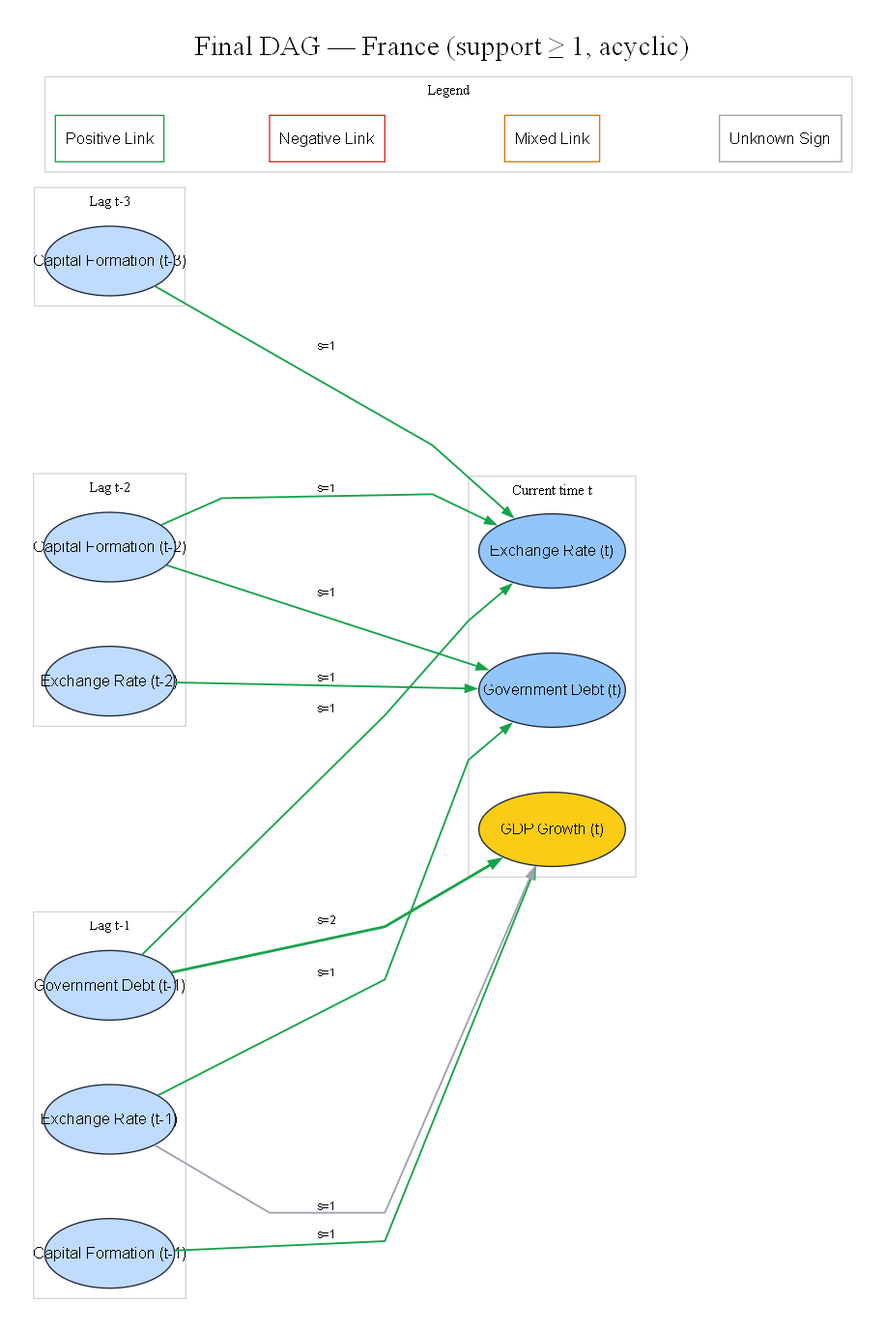
Earlier version of the Graphviz export reports/figures/phase3E_dag/France/dag_final_France.png (biabakuya/causal-ml-macroeconomic-analysis). Its source is kept beside it as reports/figures/phase3E_dag/France/dag_final_France.dot.
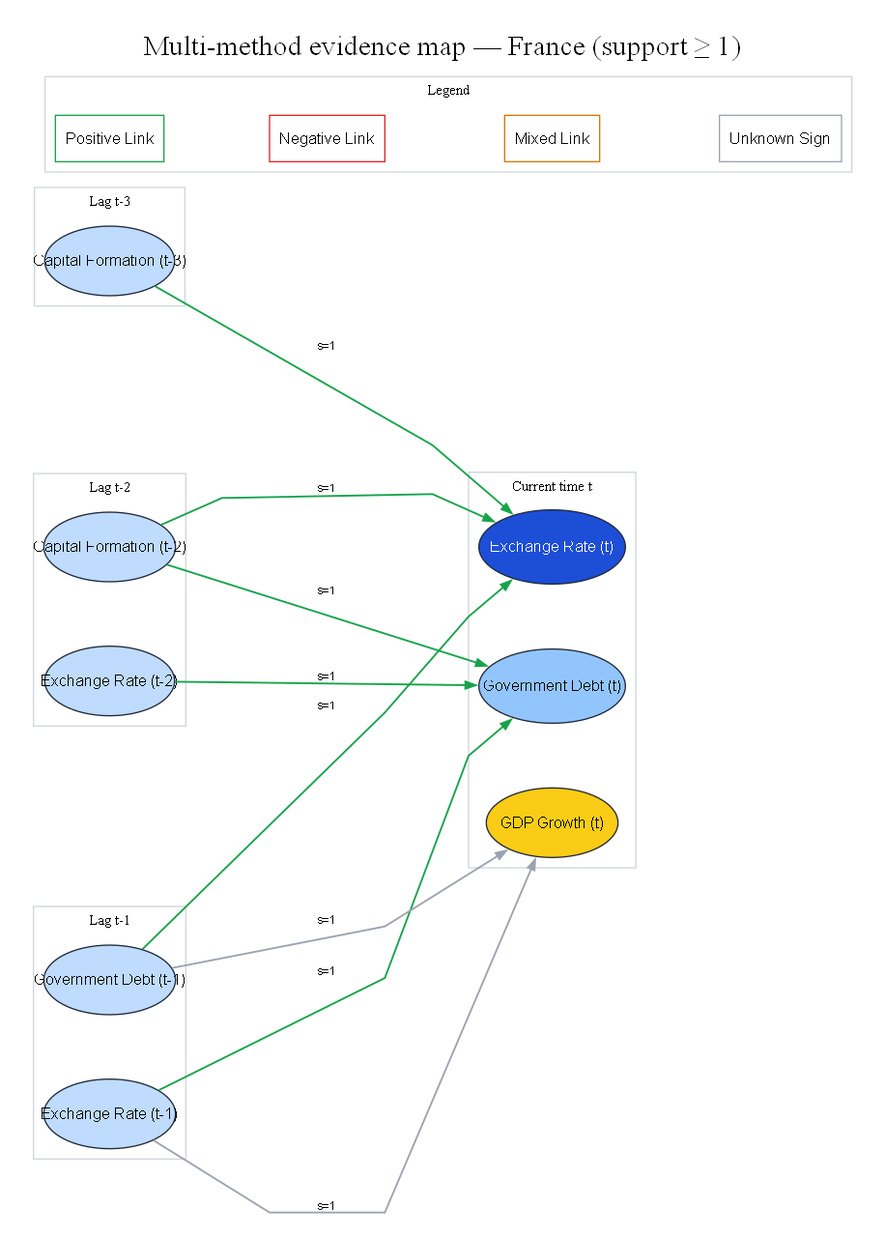
The same file after the commit.

The edit, as a diff of the source:
```diff
@@ -1,5 +1,5 @@
 digraph DAG {
-	bgcolor=white fontsize=22 label="Final DAG — France (support ≥ 1, acyclic)" labelloc=t pad=0.25 rankdir=LR
+	bgcolor=white fontsize=22 label="Multi-method evidence map — France (support ≥ 1)" labelloc=t pad=0.25 rankdir=LR
 	graph [concentrate=false nodesep=0.7 overlap=false ranksep=1.0 splines=polyline]
 	node [color="#1f2937" fontname=Helvetica fontsize=12 shape=ellipse style=filled]
 	edge [arrowsize=0.8 fontname=Helvetica fontsize=9]
@@ -17,19 +17,16 @@
 	subgraph cluster_t1 {
 		color="#d1d5db" fontsize=11 label="Lag t-1"
 		rank=same
-		"Capital_Formation__t-1" [label="Capital Formation (t-1)" fillcolor="#bfdbfe" fixedsize=true fontcolor=black height=0.75 width=1.4]
 		"Exchange_Rate__t-1" [label="Exchange Rate (t-1)" fillcolor="#bfdbfe" fixedsize=true fontcolor=black height=0.75 width=1.4200000000000002]
 		"Government_Debt__t-1" [label="Government Debt (t-1)" fillcolor="#bfdbfe" fixedsize=true fontcolor=black height=0.75 width=1.4200000000000002]
 	}
 	subgraph cluster_t {
 		color="#d1d5db" fontsize=11 label="Current time t"
 		rank=same
-		Exchange_Rate__t [label="Exchange Rate (t)" fillcolor="#93c5fd" fixedsize=true fontcolor=black height=0.8 width=1.58]
-		GDP_Growth__t [label="GDP Growth (t)" fillcolor="#facc15" fixedsize=true fontcolor=black height=0.8 width=1.58]
+		Exchange_Rate__t [label="Exchange Rate (t)" fillcolor="#1d4ed8" fixedsize=true fontcolor=white height=0.8 width=1.58]
+		GDP_Growth__t [label="GDP Growth (t)" fillcolor="#facc15" fixedsize=true fontcolor=black height=0.75 width=1.4200000000000002]
 		Government_Debt__t [label="Government Debt (t)" fillcolor="#93c5fd" fixedsize=true fontcolor=black height=0.8 width=1.58]
 	}
-	"Government_Debt__t-1" -> GDP_Growth__t [label="s=2" color="#16a34a" minlen=2 penwidth=2.0999999999999996]
-	"Capital_Formation__t-1" -> GDP_Growth__t [label="s=1" color="#16a34a" minlen=2 penwidth=1.4]
 	"Capital_Formation__t-3" -> Exchange_Rate__t [label="s=1" color="#16a34a" minlen=2 penwidth=1.4]
 	"Capital_Formation__t-2" -> Exchange_Rate__t [label="s=1" color="#16a34a" minlen=2 penwidth=1.4]
 	"Exchange_Rate__t-2" -> Government_Debt__t [label="s=1" color="#16a34a" minlen=2 penwidth=1.4]
@@ -37,6 +34,7 @@
 	"Government_Debt__t-1" -> Exchange_Rate__t [label="s=1" color="#16a34a" minlen=2 penwidth=1.4]
 	"Capital_Formation__t-2" -> Government_Debt__t [label="s=1" color="#16a34a" minlen=2 penwidth=1.4]
 	"Exchange_Rate__t-1" -> GDP_Growth__t [label="s=1" color="#9ca3af" minlen=2 penwidth=1.4]
+	"Government_Debt__t-1" -> GDP_Growth__t [label="s=1" color="#9ca3af" minlen=2 penwidth=1.4]
 	subgraph cluster_legend {
 		color="#d1d5db" fontsize=11 label=Legend
 		Lpos [label="Positive Link" color="#16a34a" fillcolor=white shape=box style=filled]
```
